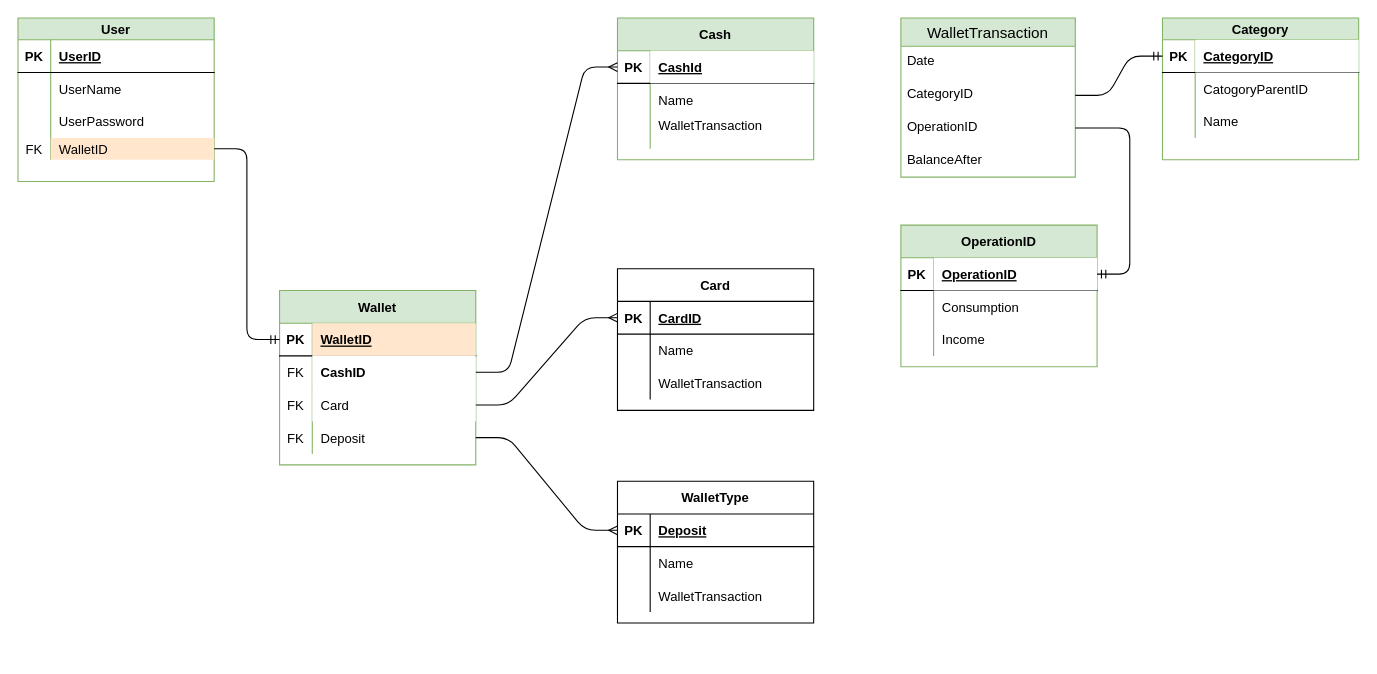
Above: DataBase.drawio in IrinaKrivoruchko/FamillyBudget (draw.io), before the change. Source tidied: cells renumbered, new cells numbered last; positions are measured from the earlier drawing's top-left corner, leaving out a move shared by most shapes. Both pictures are drawn from the tidied source at 109%, with x=0, y=0 at pixel (17, 17).
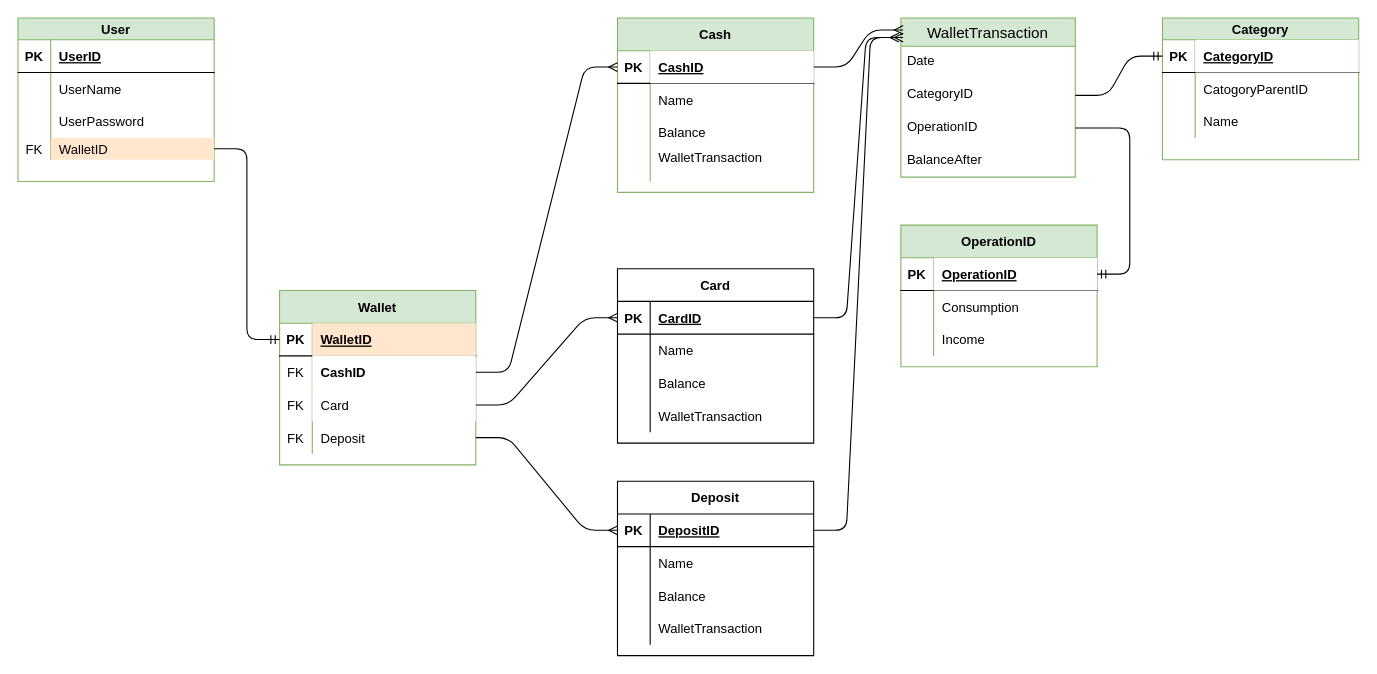
The same page after the edit.

The change refers to these unchanged cells:
```xml
<mxCell id="50" style="shape=partialRectangle;fillColor=none;top=0;left=0;bottom=1;right=0;points=[[0,0.5],[1,0.5]];portConstraint=eastwest;" parent="49" vertex="1">
  <mxGeometry y="30" width="180" height="30" as="geometry" />
</mxCell>
<mxCell id="60" style="shape=partialRectangle;fillColor=none;top=0;left=0;bottom=1;right=0;points=[[0,0.5],[1,0.5]];portConstraint=eastwest;" parent="59" vertex="1">
  <mxGeometry y="30" width="180" height="30" as="geometry" />
</mxCell>
<mxCell id="70" style="shape=partialRectangle;fillColor=none;top=0;left=0;bottom=1;right=0;points=[[0,0.5],[1,0.5]];portConstraint=eastwest;" parent="69" vertex="1">
  <mxGeometry y="30" width="180" height="30" as="geometry" />
</mxCell>
<mxCell id="82" value="WalletTransaction" style="swimlane;fontStyle=0;horizontal=1;startSize=26;align=center;fontSize=14;fillColor=#d5e8d4;strokeColor=#82b366;" parent="1" vertex="1">
  <mxGeometry x="810" width="160" height="146" as="geometry" />
</mxCell>
```

The edit, as a diff of the source:
```diff
@@
     <mxCell id="49" value="Cash" style="shape=table;startSize=30;childLayout=tableLayout;rowLines=0;fontStyle=1;align=center;fillColor=#d5e8d4;strokeColor=#82b366;" parent="1" vertex="1">
-      <mxGeometry x="550" width="180" height="130" as="geometry" />
+      <mxGeometry x="550" width="180" height="160" as="geometry" />
     </mxCell>
@@
-    <mxCell id="52" value="CashId" style="shape=partialRectangle;top=0;left=0;bottom=0;right=0;align=left;spacingLeft=6;fontStyle=5;overflow=hidden;" parent="50" vertex="1">
+    <mxCell id="52" value="CashID" style="shape=partialRectangle;top=0;left=0;bottom=0;right=0;align=left;spacingLeft=6;fontStyle=5;overflow=hidden;" parent="50" vertex="1">
       <mxGeometry x="30" width="150" height="30" as="geometry" />
     </mxCell>
@@
+    <mxCell id="89" style="shape=partialRectangle;fillColor=none;top=0;left=0;bottom=0;right=0;" parent="49" vertex="1">
+      <mxGeometry y="90" width="180" height="30" as="geometry" />
+    </mxCell>
+    <mxCell id="90" style="shape=partialRectangle;fillColor=none;top=0;left=0;bottom=0;right=0;overflow=hidden;" parent="89" vertex="1">
+      <mxGeometry width="30" height="30" as="geometry" />
+    </mxCell>
+    <mxCell id="91" value="Balance" style="shape=partialRectangle;fillColor=none;top=0;left=0;bottom=0;right=0;align=left;spacingLeft=6;overflow=hidden;" parent="89" vertex="1">
+      <mxGeometry x="30" width="150" height="30" as="geometry" />
+    </mxCell>
     <mxCell id="56" style="shape=partialRectangle;fillColor=none;top=0;left=0;bottom=0;right=0;" parent="49" vertex="1">
-      <mxGeometry y="90" width="180" height="30" as="geometry" />
+      <mxGeometry y="120" width="180" height="30" as="geometry" />
     </mxCell>
@@
     <mxCell id="59" value="Card" style="shape=table;startSize=30;childLayout=tableLayout;rowLines=0;fontStyle=1;align=center;" parent="1" vertex="1">
-      <mxGeometry x="550" y="230" width="180" height="130" as="geometry" />
+      <mxGeometry x="550" y="230" width="180" height="160" as="geometry" />
     </mxCell>
@@
+    <mxCell id="92" style="shape=partialRectangle;fillColor=none;top=0;left=0;bottom=0;right=0;" parent="59" vertex="1">
+      <mxGeometry y="90" width="180" height="30" as="geometry" />
+    </mxCell>
+    <mxCell id="93" style="shape=partialRectangle;fillColor=none;top=0;left=0;bottom=0;right=0;overflow=hidden;" parent="92" vertex="1">
+      <mxGeometry width="30" height="30" as="geometry" />
+    </mxCell>
+    <mxCell id="94" value="Balance" style="shape=partialRectangle;fillColor=none;top=0;left=0;bottom=0;right=0;align=left;spacingLeft=6;overflow=hidden;" parent="92" vertex="1">
+      <mxGeometry x="30" width="150" height="30" as="geometry" />
+    </mxCell>
     <mxCell id="66" style="shape=partialRectangle;fillColor=none;top=0;left=0;bottom=0;right=0;" parent="59" vertex="1">
-      <mxGeometry y="90" width="180" height="30" as="geometry" />
+      <mxGeometry y="120" width="180" height="30" as="geometry" />
     </mxCell>
@@
-    <mxCell id="69" value="WalletType" style="shape=table;startSize=30;childLayout=tableLayout;rowLines=0;fontStyle=1;align=center;" parent="1" vertex="1">
-      <mxGeometry x="550" y="425" width="180" height="130" as="geometry" />
+    <mxCell id="69" value="Deposit" style="shape=table;startSize=30;childLayout=tableLayout;rowLines=0;fontStyle=1;align=center;" parent="1" vertex="1">
+      <mxGeometry x="550" y="425" width="180" height="160" as="geometry" />
     </mxCell>
@@
-    <mxCell id="72" value="Deposit" style="shape=partialRectangle;fillColor=none;top=0;left=0;bottom=0;right=0;align=left;spacingLeft=6;fontStyle=5;overflow=hidden;" parent="70" vertex="1">
+    <mxCell id="72" value="DepositID" style="shape=partialRectangle;fillColor=none;top=0;left=0;bottom=0;right=0;align=left;spacingLeft=6;fontStyle=5;overflow=hidden;" parent="70" vertex="1">
       <mxGeometry x="30" width="150" height="30" as="geometry" />
     </mxCell>
@@
+    <mxCell id="95" style="shape=partialRectangle;fillColor=none;top=0;left=0;bottom=0;right=0;" parent="69" vertex="1">
+      <mxGeometry y="90" width="180" height="30" as="geometry" />
+    </mxCell>
+    <mxCell id="96" style="shape=partialRectangle;fillColor=none;top=0;left=0;bottom=0;right=0;overflow=hidden;" parent="95" vertex="1">
+      <mxGeometry width="30" height="30" as="geometry" />
+    </mxCell>
+    <mxCell id="97" value="Balance" style="shape=partialRectangle;fillColor=none;top=0;left=0;bottom=0;right=0;align=left;spacingLeft=6;overflow=hidden;" parent="95" vertex="1">
+      <mxGeometry x="30" width="150" height="30" as="geometry" />
+    </mxCell>
     <mxCell id="76" style="shape=partialRectangle;fillColor=none;top=0;left=0;bottom=0;right=0;" parent="69" vertex="1">
-      <mxGeometry y="90" width="180" height="30" as="geometry" />
+      <mxGeometry y="120" width="180" height="30" as="geometry" />
     </mxCell>
@@
+    <mxCell id="98" style="edgeStyle=entityRelationEdgeStyle;fontSize=12;html=1;endArrow=ERmany;entryX=0.013;entryY=0.075;entryDx=0;entryDy=0;entryPerimeter=0;" parent="1" edge="1" source="50" target="82">
+      <mxGeometry relative="1" as="geometry" />
+    </mxCell>
+    <mxCell id="99" style="edgeStyle=entityRelationEdgeStyle;fontSize=12;html=1;endArrow=ERmany;entryX=-0.012;entryY=0.123;entryDx=0;entryDy=0;entryPerimeter=0;" parent="1" edge="1" source="60" target="82">
+      <mxGeometry relative="1" as="geometry" />
+    </mxCell>
+    <mxCell id="100" style="edgeStyle=entityRelationEdgeStyle;fontSize=12;html=1;endArrow=ERmany;entryX=0.013;entryY=0.123;entryDx=0;entryDy=0;entryPerimeter=0;" parent="1" edge="1" source="70" target="82">
+      <mxGeometry relative="1" as="geometry" />
+    </mxCell>
```
